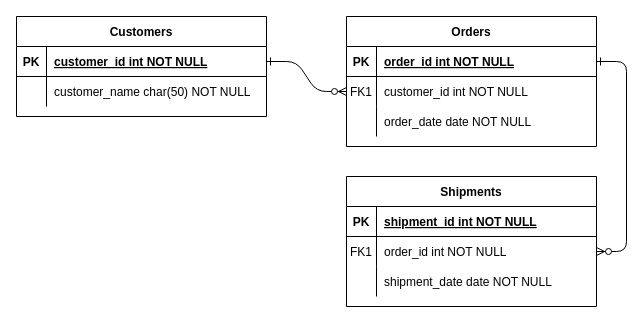
mongdori/TimeSync keeps this draw.io diagram as 제목 없는 다이어그램.drawio. Above is the earlier version. Source tidied: cells renumbered, new cells numbered last; positions are measured from the earlier drawing's top-left corner, leaving out a move shared by most shapes. Both pictures are drawn from the tidied source at 100%, with x=0, y=0 at pixel (16, 16).
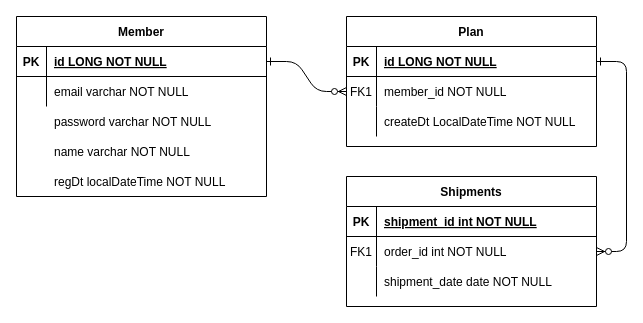
Above is the later version.

Commit message:
Member, Plan Table

The change refers to these unchanged cells:
```xml
<mxCell id="5" style="shape=partialRectangle;fillColor=none;points=[[0,0.5],[1,0.5]];portConstraint=eastwest;top=0;left=0;right=0;bottom=1;" parent="4" vertex="1">
  <mxGeometry y="30" width="250" height="30" as="geometry" />
</mxCell>
<mxCell id="8" style="shape=partialRectangle;fillColor=none;points=[[0,0.5],[1,0.5]];portConstraint=eastwest;top=0;left=0;right=0;bottom=0;" parent="4" vertex="1">
  <mxGeometry y="60" width="250" height="30" as="geometry" />
</mxCell>
<mxCell id="11" style="shape=partialRectangle;fillColor=none;top=0;left=0;right=0;bottom=0;" parent="4" vertex="1">
  <mxGeometry y="90" width="250" height="30" as="geometry" />
</mxCell>
<mxCell id="25" style="shape=partialRectangle;fillColor=none;points=[[0,0.5],[1,0.5]];portConstraint=eastwest;top=0;left=0;right=0;bottom=1;" parent="24" vertex="1">
  <mxGeometry y="30" width="250" height="30" as="geometry" />
</mxCell>
<mxCell id="28" style="shape=partialRectangle;fillColor=none;top=0;left=0;right=0;bottom=0;" parent="24" vertex="1">
  <mxGeometry y="60" width="250" height="30" as="geometry" />
</mxCell>
```

Diff of the diagram source:
```diff
@@
-    <mxCell id="4" value="Orders" style="shape=table;startSize=30;childLayout=tableLayout;rowLines=0;fontStyle=1;align=center;" parent="1" vertex="1">
+    <mxCell id="4" value="Plan" style="shape=table;startSize=30;childLayout=tableLayout;rowLines=0;fontStyle=1;align=center;" parent="1" vertex="1">
       <mxGeometry x="330" width="250" height="130" as="geometry" />
     </mxCell>
@@
-    <mxCell id="7" value="order_id int NOT NULL " style="shape=partialRectangle;overflow=hidden;fillColor=none;top=0;left=0;bottom=0;right=0;align=left;spacingLeft=6;fontStyle=5;" parent="5" vertex="1">
+    <mxCell id="7" value="id LONG NOT NULL" style="shape=partialRectangle;overflow=hidden;fillColor=none;top=0;left=0;bottom=0;right=0;align=left;spacingLeft=6;fontStyle=5;" parent="5" vertex="1">
       <mxGeometry x="30" width="220" height="30" as="geometry" />
     </mxCell>
@@
-    <mxCell id="10" value="customer_id int NOT NULL" style="shape=partialRectangle;overflow=hidden;fillColor=none;top=0;left=0;bottom=0;right=0;align=left;spacingLeft=6;" parent="8" vertex="1">
+    <mxCell id="10" value="member_id NOT NULL" style="shape=partialRectangle;overflow=hidden;fillColor=none;top=0;left=0;bottom=0;right=0;align=left;spacingLeft=6;" parent="8" vertex="1">
       <mxGeometry x="30" width="220" height="30" as="geometry" />
     </mxCell>
@@
-    <mxCell id="13" value="order_date date NOT NULL" style="shape=partialRectangle;overflow=hidden;fillColor=none;top=0;left=0;bottom=0;right=0;align=left;spacingLeft=6;" parent="11" vertex="1">
+    <mxCell id="13" value="createDt LocalDateTime NOT NULL" style="shape=partialRectangle;overflow=hidden;fillColor=none;top=0;left=0;bottom=0;right=0;align=left;spacingLeft=6;" parent="11" vertex="1">
       <mxGeometry x="30" width="220" height="30" as="geometry" />
     </mxCell>
@@
-    <mxCell id="24" value="Customers" style="shape=table;startSize=30;childLayout=tableLayout;rowLines=0;fontStyle=1;align=center;" parent="1" vertex="1">
-      <mxGeometry width="250" height="100" as="geometry" />
+    <mxCell id="24" value="Member" style="shape=table;startSize=30;childLayout=tableLayout;rowLines=0;fontStyle=1;align=center;" parent="1" vertex="1">
+      <mxGeometry width="250" height="180" as="geometry" />
     </mxCell>
@@
-    <mxCell id="27" value="customer_id int NOT NULL " style="shape=partialRectangle;overflow=hidden;fillColor=none;top=0;left=0;bottom=0;right=0;align=left;spacingLeft=6;fontStyle=5;" parent="25" vertex="1">
+    <mxCell id="27" value="id LONG NOT NULL" style="shape=partialRectangle;overflow=hidden;fillColor=none;top=0;left=0;bottom=0;right=0;align=left;spacingLeft=6;fontStyle=5;" parent="25" vertex="1">
       <mxGeometry x="30" width="220" height="30" as="geometry" />
     </mxCell>
@@
-    <mxCell id="30" value="customer_name char(50) NOT NULL" style="shape=partialRectangle;overflow=hidden;fillColor=none;top=0;left=0;bottom=0;right=0;align=left;spacingLeft=6;" parent="28" vertex="1">
+    <mxCell id="30" value="email varchar NOT NULL" style="shape=partialRectangle;overflow=hidden;fillColor=none;top=0;left=0;bottom=0;right=0;align=left;spacingLeft=6;" parent="28" vertex="1">
       <mxGeometry x="30" width="220" height="30" as="geometry" />
     </mxCell>
+    <mxCell id="31" style="shape=partialRectangle;fillColor=none;top=0;left=0;right=0;bottom=0;" parent="1" vertex="1">
+      <mxGeometry y="90" width="250" height="30" as="geometry" />
+    </mxCell>
+    <mxCell id="32" style="shape=partialRectangle;overflow=hidden;fillColor=none;top=0;left=0;bottom=0;right=0;" parent="31" vertex="1">
+      <mxGeometry width="30" height="30" as="geometry" />
+    </mxCell>
+    <mxCell id="33" value="password varchar NOT NULL    " style="shape=partialRectangle;overflow=hidden;fillColor=none;top=0;left=0;bottom=0;right=0;align=left;spacingLeft=6;" parent="31" vertex="1">
+      <mxGeometry x="30" width="220" height="30" as="geometry" />
+    </mxCell>
+    <mxCell id="34" style="shape=partialRectangle;fillColor=none;top=0;left=0;right=0;bottom=0;" parent="1" vertex="1">
+      <mxGeometry y="150" width="250" height="30" as="geometry" />
+    </mxCell>
+    <mxCell id="35" style="shape=partialRectangle;overflow=hidden;fillColor=none;top=0;left=0;bottom=0;right=0;" parent="34" vertex="1">
+      <mxGeometry width="30" height="30" as="geometry" />
+    </mxCell>
+    <mxCell id="36" value="regDt localDateTime NOT NULL " style="shape=partialRectangle;overflow=hidden;fillColor=none;top=0;left=0;bottom=0;right=0;align=left;spacingLeft=6;" parent="34" vertex="1">
+      <mxGeometry x="30" width="220" height="30" as="geometry" />
+    </mxCell>
+    <mxCell id="37" style="shape=partialRectangle;fillColor=none;top=0;left=0;right=0;bottom=0;" parent="1" vertex="1">
+      <mxGeometry y="120" width="250" height="30" as="geometry" />
+    </mxCell>
+    <mxCell id="38" style="shape=partialRectangle;overflow=hidden;fillColor=none;top=0;left=0;bottom=0;right=0;" parent="37" vertex="1">
+      <mxGeometry width="30" height="30" as="geometry" />
+    </mxCell>
+    <mxCell id="39" value="name varchar NOT NULL" style="shape=partialRectangle;overflow=hidden;fillColor=none;top=0;left=0;bottom=0;right=0;align=left;spacingLeft=6;" parent="37" vertex="1">
+      <mxGeometry x="30" width="220" height="30" as="geometry" />
+    </mxCell>
```
